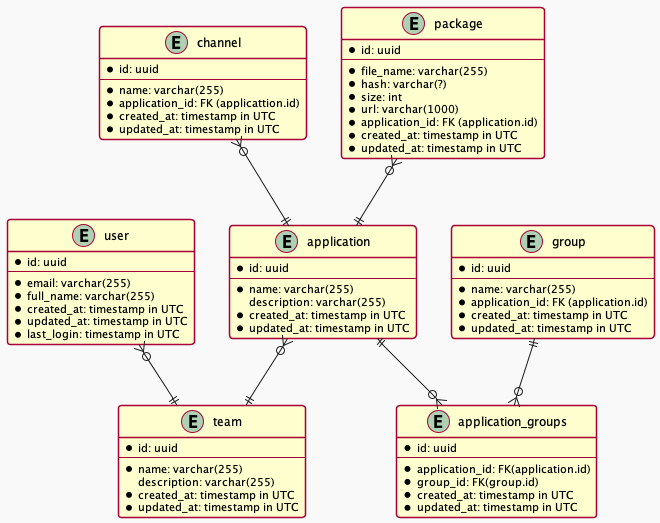
Earlier version of the PlantUML export docs/erd.png (DragosBulumac/project-UpdateService). Its diagram source:
```plantuml
@startuml
!theme mars
entity application {
* id: uuid
--
* name: varchar(255)
description: varchar(255)
* created_at: timestamp in UTC
* updated_at: timestamp in UTC
}

entity team {
* id: uuid
--
* name: varchar(255)
description: varchar(255)
* created_at: timestamp in UTC
* updated_at: timestamp in UTC
}

entity user {
* id: uuid
--
* email: varchar(255)
* full_name: varchar(255)
* created_at: timestamp in UTC
* updated_at: timestamp in UTC
* last_login: timestamp in UTC
}

entity channel {
* id: uuid
--
* name: varchar(255)
* application_id: FK (applicattion.id)
* created_at: timestamp in UTC
* updated_at: timestamp in UTC
}

entity package {
* id: uuid
--
* file_name: varchar(255)
* hash: varchar(?)
* size: int
* url: varchar(1000)
* application_id: FK (application.id)
* created_at: timestamp in UTC
* updated_at: timestamp in UTC
}

entity group {
* id: uuid
--
* name: varchar(255)
* application_id: FK (application.id)
* created_at: timestamp in UTC
* updated_at: timestamp in UTC
}

entity application_groups {
* id: uuid
--
* application_id: FK(application.id)
* group_id: FK(group.id)
* created_at: timestamp in UTC
* updated_at: timestamp in UTC
}

application }o--|| team
user }o--|| team
channel }o--|| application
package }o--|| application
application ||--o{ application_groups
group ||--o{ application_groups

@enduml
```
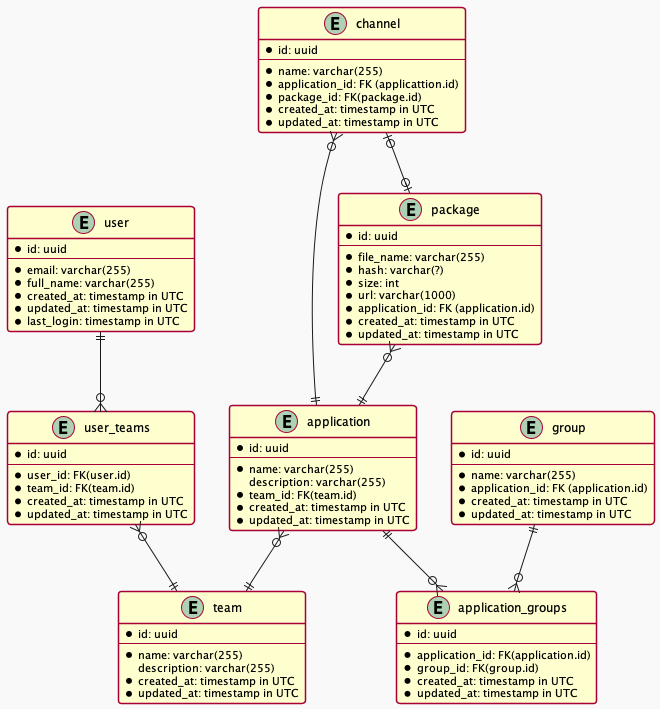
The same file after the commit.

Commit message:
Fix relationships between application, channel, package, team and user.

Change to the diagram source:
```diff
@@ -5,6 +5,7 @@
 --
 * name: varchar(255)
 description: varchar(255)
+* team_id: FK(team.id)
 * created_at: timestamp in UTC
 * updated_at: timestamp in UTC
 }
@@ -28,11 +29,21 @@
 * last_login: timestamp in UTC
 }
 
+entity user_teams {
+* id: uuid
+--
+* user_id: FK(user.id)
+* team_id: FK(team.id)
+* created_at: timestamp in UTC
+* updated_at: timestamp in UTC
+}
+
 entity channel {
 * id: uuid
 --
 * name: varchar(255)
 * application_id: FK (applicattion.id)
+* package_id: FK(package.id)
 * created_at: timestamp in UTC
 * updated_at: timestamp in UTC
 }
@@ -68,10 +79,12 @@
 }
 
 application }o--|| team
-user }o--|| team
+user ||--o{ user_teams
+user_teams }o--|| team
 channel }o--|| application
 package }o--|| application
 application ||--o{ application_groups
 group ||--o{ application_groups
+channel |o--o| package
 
 @enduml
```
